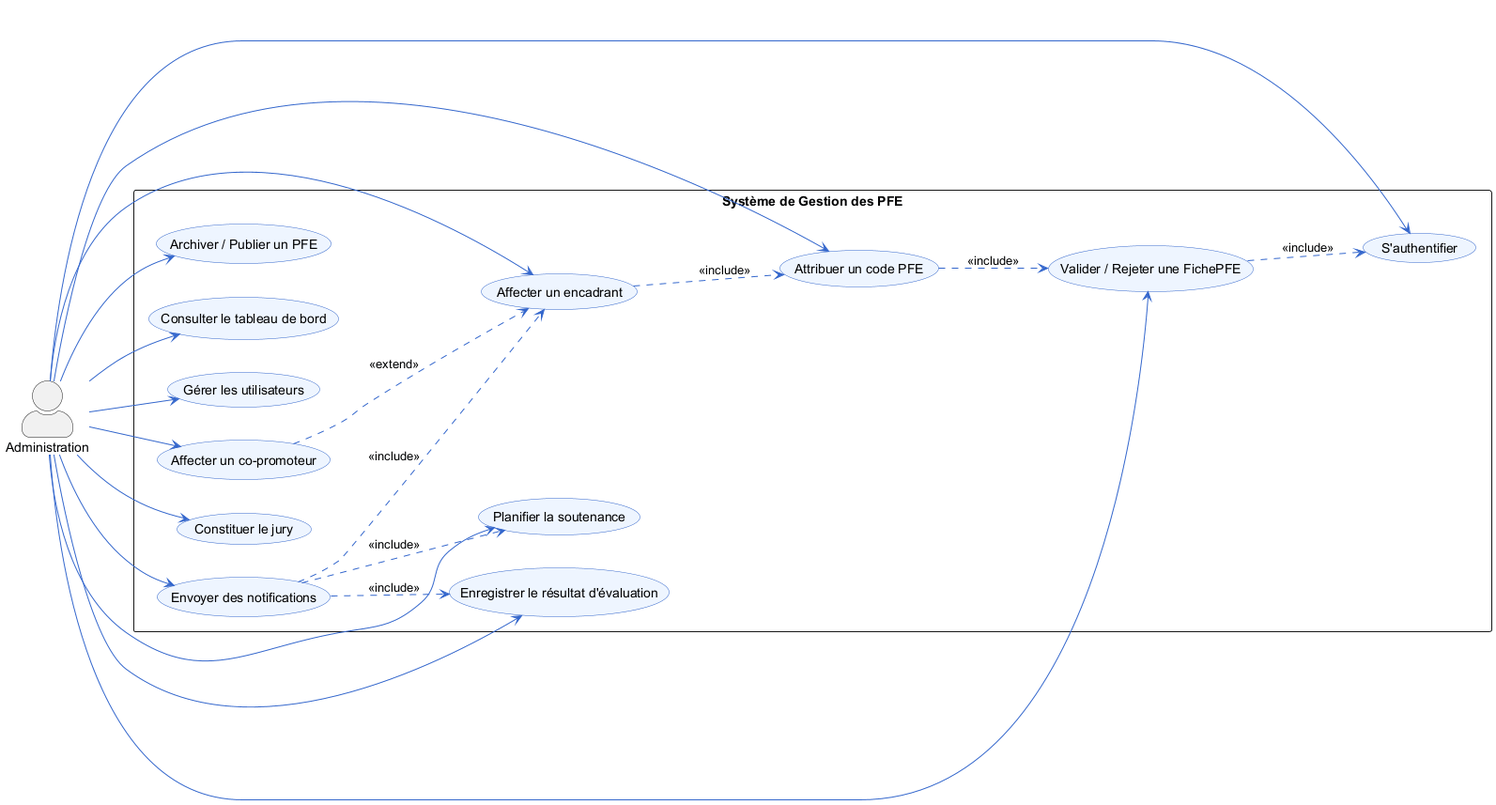
Above: diagrams/uc-administration.png in rhpo/pfe-enhanced (PlantUML), before the change. The source it was exported from:
```plantuml
@startuml
left to right direction
skinparam actorStyle awesome
skinparam packageStyle rectangle
skinparam usecase {
  BackgroundColor #EEF5FF
  BorderColor #3366CC
  ArrowColor #3366CC
}

actor "Administration" as A

rectangle "Système de Gestion des PFE" {
  usecase "S'authentifier" as UC1
  usecase "Valider / Rejeter une FichePFE" as UC2
  usecase "Attribuer un code PFE" as UC3
  usecase "Affecter un encadrant" as UC4
  usecase "Affecter un co-promoteur" as UC5
  usecase "Constituer le jury" as UC6
  usecase "Planifier la soutenance" as UC7
  usecase "Envoyer des notifications" as UC8
  usecase "Enregistrer le résultat d'évaluation" as UC9
  usecase "Archiver / Publier un PFE" as UC10
  usecase "Consulter le tableau de bord" as UC11
  usecase "Gérer les utilisateurs" as UC12
}

A --> UC1
A --> UC2
A --> UC3
A --> UC4
A --> UC5
A --> UC6
A --> UC7
A --> UC8
A --> UC9
A --> UC10
A --> UC11
A --> UC12

UC2 ..> UC1 : <<include>>
UC3 ..> UC2 : <<include>>
UC4 ..> UC3 : <<include>>
UC5 ..> UC4 : <<extend>>
UC8 ..> UC4 : <<include>>
UC8 ..> UC7 : <<include>>
UC8 ..> UC9 : <<include>>
@enduml
```
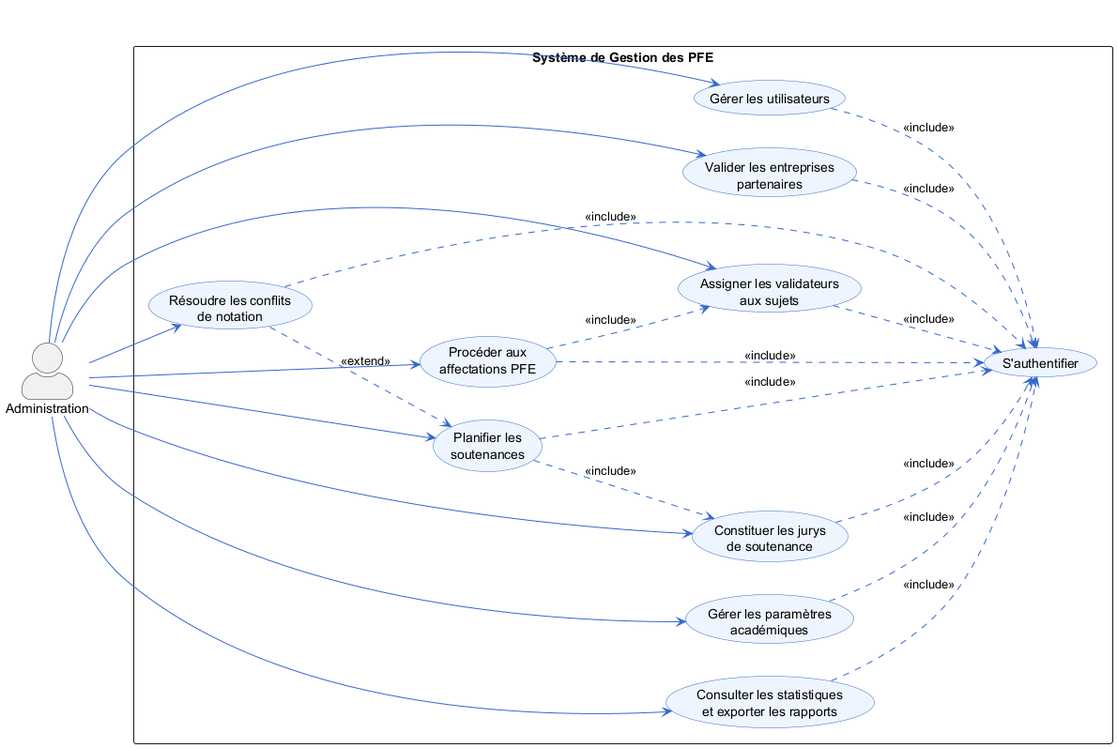
After the commit.

Change to the diagram source:
```diff
@@ -11,18 +11,16 @@
 actor "Administration" as A
 
 rectangle "Système de Gestion des PFE" {
-  usecase "S'authentifier" as UC1
-  usecase "Valider / Rejeter une FichePFE" as UC2
-  usecase "Attribuer un code PFE" as UC3
-  usecase "Affecter un encadrant" as UC4
-  usecase "Affecter un co-promoteur" as UC5
-  usecase "Constituer le jury" as UC6
-  usecase "Planifier la soutenance" as UC7
-  usecase "Envoyer des notifications" as UC8
-  usecase "Enregistrer le résultat d'évaluation" as UC9
-  usecase "Archiver / Publier un PFE" as UC10
-  usecase "Consulter le tableau de bord" as UC11
-  usecase "Gérer les utilisateurs" as UC12
+  usecase "S'authentifier" as AUTH
+  usecase "Gérer les utilisateurs" as UC1
+  usecase "Valider les entreprises\npartenaires" as UC2
+  usecase "Assigner les validateurs\naux sujets" as UC3
+  usecase "Procéder aux\naffectations PFE" as UC4
+  usecase "Constituer les jurys\nde soutenance" as UC5
+  usecase "Planifier les\nsoutenances" as UC6
+  usecase "Résoudre les conflits\nde notation" as UC7
+  usecase "Gérer les paramètres\nacadémiques" as UC8
+  usecase "Consulter les statistiques\net exporter les rapports" as UC9
 }
 
 A --> UC1
@@ -34,15 +32,18 @@
 A --> UC7
 A --> UC8
 A --> UC9
-A --> UC10
-A --> UC11
-A --> UC12
 
-UC2 ..> UC1 : <<include>>
-UC3 ..> UC2 : <<include>>
+UC1 ..> AUTH : <<include>>
+UC2 ..> AUTH : <<include>>
+UC3 ..> AUTH : <<include>>
+UC4 ..> AUTH : <<include>>
+UC5 ..> AUTH : <<include>>
+UC6 ..> AUTH : <<include>>
+UC7 ..> AUTH : <<include>>
+UC8 ..> AUTH : <<include>>
+UC9 ..> AUTH : <<include>>
+
+UC6 ..> UC5 : <<include>>
+UC7 ..> UC6 : <<extend>>
 UC4 ..> UC3 : <<include>>
-UC5 ..> UC4 : <<extend>>
-UC8 ..> UC4 : <<include>>
-UC8 ..> UC7 : <<include>>
-UC8 ..> UC9 : <<include>>
 @enduml
```
